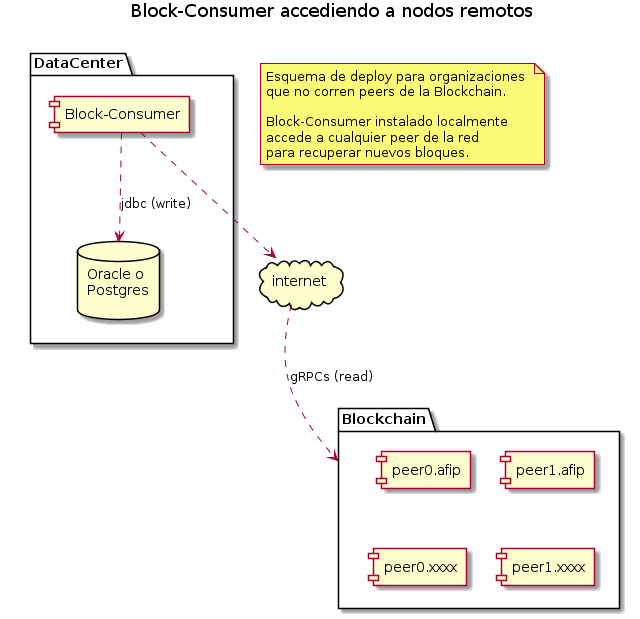
Above: applications/block-consumer/images/deploy-accediendo-a-nodos-remotos.png in padfed/padfed-doc (PlantUML), before the change.
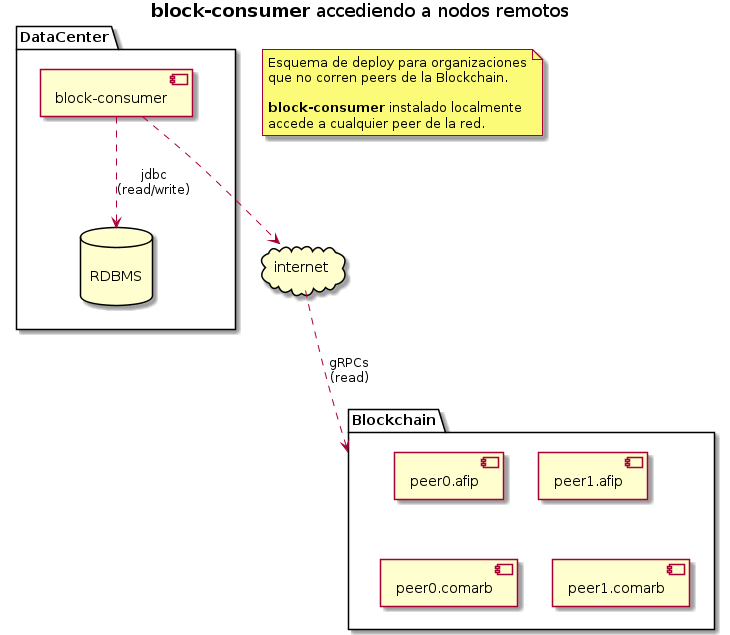
Above is the later version.

Commit message:
simplifico diagramas de deploy

Diff of the diagram source:
```diff
@@ -1,32 +1,33 @@
-@startuml
-title Block-Consumer accediendo a nodos remotos
+@startuml deploy-accediendo-a-nodos-remotos
+
+title **block-consumer** accediendo a nodos remotos
 
 note as N1
 Esquema de deploy para organizaciones
 que no corren peers de la Blockchain.
 
-Block-Consumer instalado localmente
-accede a cualquier peer de la red
-para recuperar nuevos bloques.
+**block-consumer** instalado localmente
+accede a cualquier peer de la red.
 end note
 
 package Blockchain {
     [peer0.afip]
     [peer1.afip]
-    [peer0.xxxx]
-    [peer1.xxxx]
+    [peer0.comarb]
+    [peer1.comarb]
 }
 
 package DataCenter {
-    component [Block-Consumer] as BlockConsumer
-    database "Oracle o\nPostgres\n" as db
+    component [block-consumer] as BlockConsumer
+    database "\nRDBMS\n" as db
 }
 
 cloud internet
 
 BlockConsumer ..> internet
-BlockConsumer ..> db : jdbc (write)
-internet ..> Blockchain : gRPCs (read)
+BlockConsumer ..> db : jdbc\n(read/write)
+internet ..> Blockchain : gRPCs\n(read)
 
 Blockchain -[hidden]left- DataCenter
+
 @enduml
```
